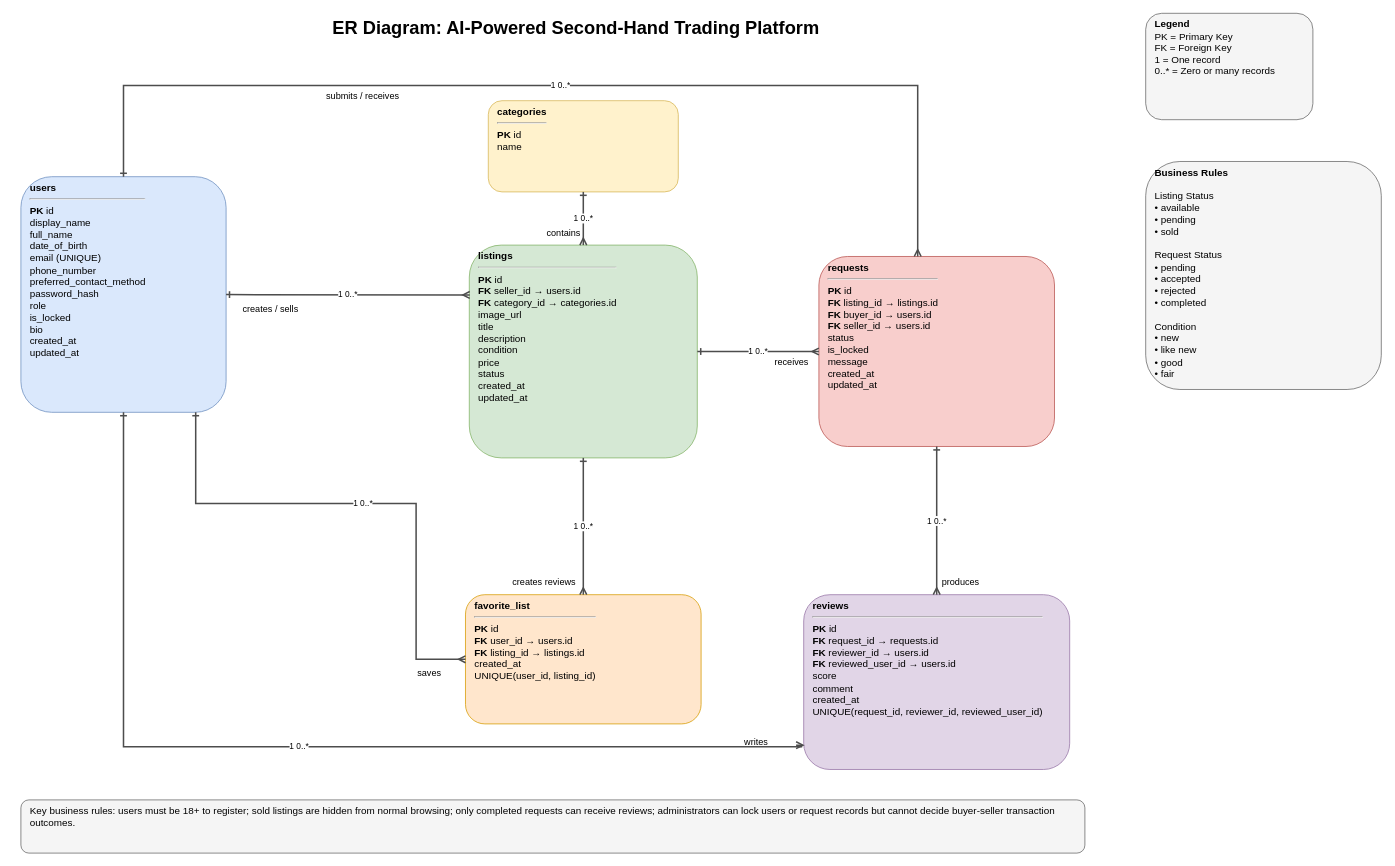
Before: diagram/ER_diagram.drawio in aimeefan99/MSE800-KEA-OnlineShopping, a draw.io diagram. Source tidied: cells renumbered, new cells numbered last; positions are measured from the earlier drawing's top-left corner, leaving out a move shared by most shapes. Both pictures are drawn from the tidied source at 76%, with x=0, y=0 at pixel (21, 13).
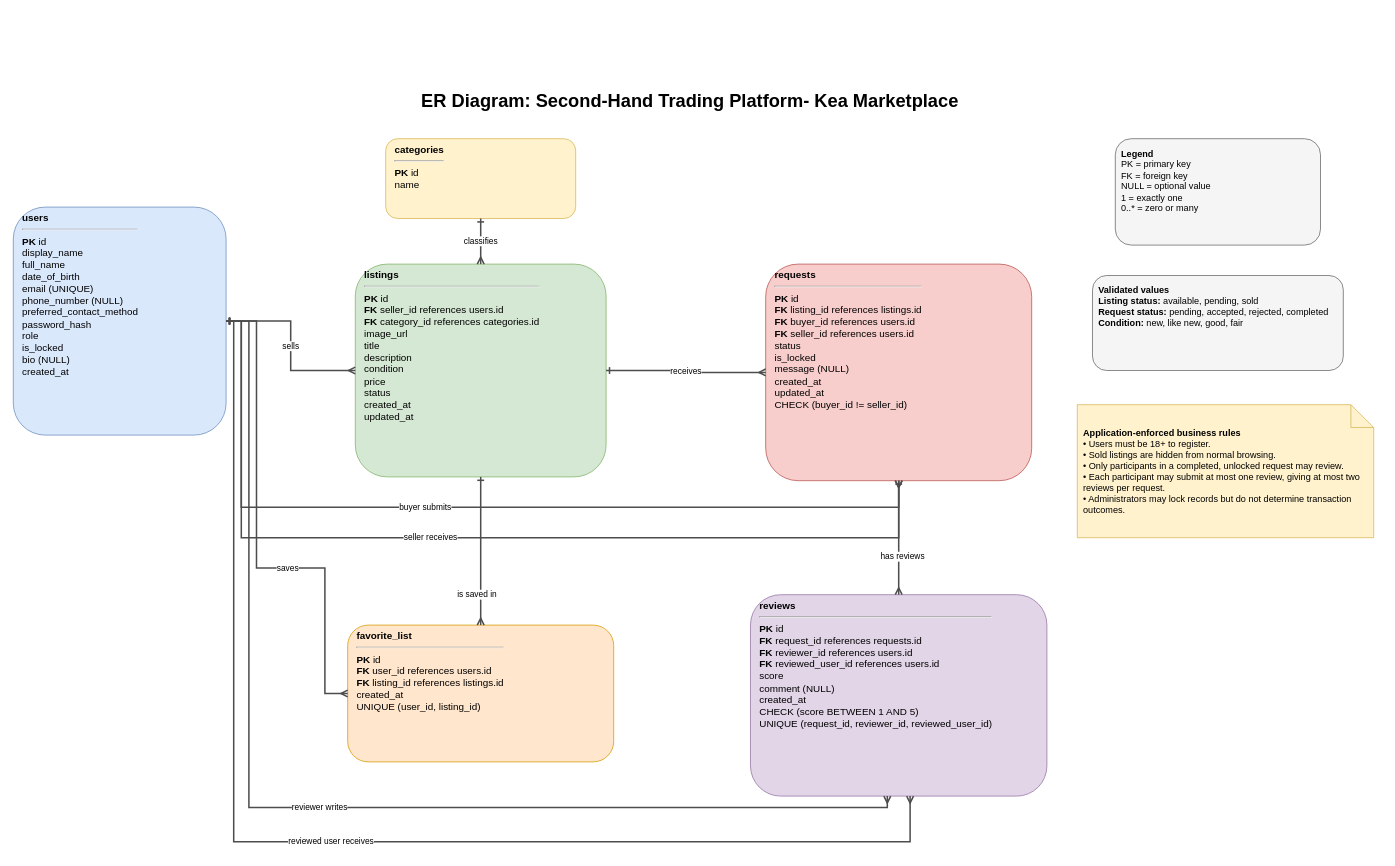
The same page after the edit.

The edit, as a diff of the source:
```diff
@@
-    <mxCell id="2" value="ER Diagram: AI-Powered Second-Hand Trading Platform" style="text;html=1;strokeColor=none;fillColor=none;fontSize=24;fontStyle=1;align=center;verticalAlign=middle;" parent="1" vertex="1">
-      <mxGeometry x="350" width="760" height="40" as="geometry" />
+    <mxCell id="2" value="ER Diagram: Second-Hand Trading Platform- Kea Marketplace" style="text;html=1;strokeColor=none;fillColor=none;fontSize=24;fontStyle=1;align=center;" parent="1" vertex="1">
+      <mxGeometry x="480" y="95" width="800" height="40" as="geometry" />
     </mxCell>
-    <mxCell id="3" value="&lt;b&gt;users&lt;/b&gt;&lt;hr&gt;&lt;b&gt;PK&lt;/b&gt; id&lt;br&gt;display_name&lt;br&gt;full_name&lt;br&gt;date_of_birth&lt;br&gt;email (UNIQUE)&lt;br&gt;phone_number&lt;br&gt;preferred_contact_method&lt;br&gt;password_hash&lt;br&gt;role&lt;br&gt;is_locked&lt;br&gt;bio&lt;br&gt;created_at&lt;div&gt;updated_at&lt;/div&gt;" style="rounded=1;whiteSpace=wrap;html=1;fillColor=#dae8fc;strokeColor=#6c8ebf;fontSize=13;align=left;spacingLeft=10;verticalAlign=top;" parent="1" vertex="1">
-      <mxGeometry y="215" width="270" height="310" as="geometry" />
+    <mxCell id="3" value="&lt;b&gt;users&lt;/b&gt;&lt;hr/&gt;&lt;b&gt;PK&lt;/b&gt; id&lt;br/&gt;display_name&lt;br/&gt;full_name&lt;br/&gt;date_of_birth&lt;br/&gt;email (UNIQUE)&lt;br/&gt;phone_number (NULL)&lt;br/&gt;preferred_contact_method&lt;br/&gt;password_hash&lt;br/&gt;role&lt;br/&gt;is_locked&lt;br/&gt;bio (NULL)&lt;br/&gt;created_at" style="rounded=1;whiteSpace=wrap;html=1;fillColor=#DAE8FC;strokeColor=#6C8EBF;fontSize=13;align=left;spacingLeft=10;verticalAlign=top;" parent="1" vertex="1">
+      <mxGeometry x="-10" y="255" width="280" height="300" as="geometry" />
     </mxCell>
-    <mxCell id="4" value="&lt;div style=&quot;text-align: center;&quot;&gt;&lt;b style=&quot;background-color: transparent; color: light-dark(rgb(0, 0, 0), rgb(255, 255, 255));&quot;&gt;categories&lt;/b&gt;&lt;/div&gt;&lt;hr&gt;&lt;b&gt;PK&lt;/b&gt; id&lt;br&gt;name" style="rounded=1;whiteSpace=wrap;html=1;fillColor=#fff2cc;strokeColor=#d6b656;fontSize=13;align=left;spacingLeft=10;verticalAlign=top;" parent="1" vertex="1">
-      <mxGeometry x="615" y="115" width="250" height="120" as="geometry" />
+    <mxCell id="4" value="&lt;b&gt;categories&lt;/b&gt;&lt;hr/&gt;&lt;b&gt;PK&lt;/b&gt; id&lt;br/&gt;name" style="rounded=1;whiteSpace=wrap;html=1;fillColor=#FFF2CC;strokeColor=#D6B656;fontSize=13;align=left;spacingLeft=10;verticalAlign=top;" parent="1" vertex="1">
+      <mxGeometry x="480" y="165" width="250" height="105" as="geometry" />
     </mxCell>
-    <mxCell id="5" value="&lt;b&gt;listings&lt;/b&gt;&lt;hr&gt;&lt;b&gt;PK&lt;/b&gt; id&lt;br&gt;&lt;b&gt;FK&lt;/b&gt; seller_id → users.id&lt;br&gt;&lt;b&gt;FK&lt;/b&gt; category_id → categories.id&lt;br&gt;image_url&lt;br&gt;title&lt;br&gt;description&lt;br&gt;condition&lt;br&gt;price&lt;br&gt;status&lt;br&gt;created_at&lt;br&gt;updated_at" style="rounded=1;whiteSpace=wrap;html=1;fillColor=#d5e8d4;strokeColor=#82b366;fontSize=13;align=left;spacingLeft=10;verticalAlign=top;" parent="1" vertex="1">
-      <mxGeometry x="590" y="305" width="300" height="280" as="geometry" />
+    <mxCell id="5" value="&lt;b&gt;listings&lt;/b&gt;&lt;hr/&gt;&lt;b&gt;PK&lt;/b&gt; id&lt;br/&gt;&lt;b&gt;FK&lt;/b&gt; seller_id references users.id&lt;br/&gt;&lt;b&gt;FK&lt;/b&gt; category_id references categories.id&lt;br/&gt;image_url&lt;br/&gt;title&lt;br/&gt;description&lt;br/&gt;condition&lt;br/&gt;price&lt;br/&gt;status&lt;br/&gt;created_at&lt;br/&gt;updated_at" style="rounded=1;whiteSpace=wrap;html=1;fillColor=#D5E8D4;strokeColor=#82B366;fontSize=13;align=left;spacingLeft=10;verticalAlign=top;" parent="1" vertex="1">
+      <mxGeometry x="440" y="330" width="330" height="280" as="geometry" />
     </mxCell>
-    <mxCell id="6" value="&lt;b&gt;requests&lt;/b&gt;&lt;hr&gt;&lt;b&gt;PK&lt;/b&gt; id&lt;br&gt;&lt;b&gt;FK&lt;/b&gt; listing_id → listings.id&lt;br&gt;&lt;b&gt;FK&lt;/b&gt; buyer_id → users.id&lt;br&gt;&lt;b&gt;FK&lt;/b&gt; seller_id → users.id&lt;br&gt;status&lt;br&gt;is_locked&lt;br&gt;message&lt;br&gt;created_at&lt;br&gt;updated_at" style="rounded=1;whiteSpace=wrap;html=1;fillColor=#f8cecc;strokeColor=#b85450;fontSize=13;align=left;spacingLeft=10;verticalAlign=top;" parent="1" vertex="1">
-      <mxGeometry x="1050" y="320" width="310" height="250" as="geometry" />
+    <mxCell id="6" value="&lt;b&gt;requests&lt;/b&gt;&lt;hr/&gt;&lt;b&gt;PK&lt;/b&gt; id&lt;br/&gt;&lt;b&gt;FK&lt;/b&gt; listing_id references listings.id&lt;br/&gt;&lt;b&gt;FK&lt;/b&gt; buyer_id references users.id&lt;br/&gt;&lt;b&gt;FK&lt;/b&gt; seller_id references users.id&lt;br/&gt;status&lt;br/&gt;is_locked&lt;br/&gt;message (NULL)&lt;br/&gt;created_at&lt;br/&gt;updated_at&lt;br/&gt;CHECK (buyer_id != seller_id)" style="rounded=1;whiteSpace=wrap;html=1;fillColor=#F8CECC;strokeColor=#B85450;fontSize=13;align=left;spacingLeft=10;verticalAlign=top;" parent="1" vertex="1">
+      <mxGeometry x="980" y="330" width="350" height="285" as="geometry" />
     </mxCell>
+    <mxCell id="8" value="&lt;b&gt;favorite_list&lt;/b&gt;&lt;hr/&gt;&lt;b&gt;PK&lt;/b&gt; id&lt;br/&gt;&lt;b&gt;FK&lt;/b&gt; user_id references users.id&lt;br/&gt;&lt;b&gt;FK&lt;/b&gt; listing_id references listings.id&lt;br/&gt;created_at&lt;br/&gt;UNIQUE (user_id, listing_id)" style="rounded=1;whiteSpace=wrap;html=1;fillColor=#FFE6CC;strokeColor=#D79B00;fontSize=13;align=left;spacingLeft=10;verticalAlign=top;" parent="1" vertex="1">
+      <mxGeometry x="430" y="805" width="350" height="180" as="geometry" />
+    </mxCell>
-    <mxCell id="7" value="&lt;b&gt;reviews&lt;/b&gt;&lt;hr&gt;&lt;b&gt;PK&lt;/b&gt; id&lt;br&gt;&lt;b&gt;FK&lt;/b&gt; request_id → requests.id&lt;br&gt;&lt;b&gt;FK&lt;/b&gt; reviewer_id → users.id&lt;br&gt;&lt;b&gt;FK&lt;/b&gt; reviewed_user_id → users.id&lt;br&gt;score&lt;br&gt;comment&lt;br&gt;created_at&lt;br&gt;UNIQUE(request_id, reviewer_id, reviewed_user_id)" style="rounded=1;whiteSpace=wrap;html=1;fillColor=#e1d5e7;strokeColor=#9673a6;fontSize=13;align=left;spacingLeft=10;verticalAlign=top;" parent="1" vertex="1">
-      <mxGeometry x="1030" y="765" width="350" height="230" as="geometry" />
+    <mxCell id="7" value="&lt;b&gt;reviews&lt;/b&gt;&lt;hr/&gt;&lt;b&gt;PK&lt;/b&gt; id&lt;br/&gt;&lt;b&gt;FK&lt;/b&gt; request_id references requests.id&lt;br/&gt;&lt;b&gt;FK&lt;/b&gt; reviewer_id references users.id&lt;br/&gt;&lt;b&gt;FK&lt;/b&gt; reviewed_user_id references users.id&lt;br/&gt;score&lt;br/&gt;comment (NULL)&lt;br/&gt;created_at&lt;br/&gt;CHECK (score BETWEEN 1 AND 5)&lt;br/&gt;UNIQUE (request_id, reviewer_id, reviewed_user_id)" style="rounded=1;whiteSpace=wrap;html=1;fillColor=#E1D5E7;strokeColor=#9673A6;fontSize=13;align=left;spacingLeft=10;verticalAlign=top;" parent="1" vertex="1">
+      <mxGeometry x="960" y="765" width="390" height="265" as="geometry" />
     </mxCell>
-    <mxCell id="8" value="&lt;b&gt;favorite_list&lt;/b&gt;&lt;hr&gt;&lt;b&gt;PK&lt;/b&gt; id&lt;br&gt;&lt;b&gt;FK&lt;/b&gt; user_id → users.id&lt;br&gt;&lt;b&gt;FK&lt;/b&gt; listing_id → listings.id&lt;br&gt;created_at&lt;br&gt;UNIQUE(user_id, listing_id)" style="rounded=1;whiteSpace=wrap;html=1;fillColor=#ffe6cc;strokeColor=#d79b00;fontSize=13;align=left;spacingLeft=10;verticalAlign=top;" parent="1" vertex="1">
-      <mxGeometry x="585" y="765" width="310" height="170" as="geometry" />
-    </mxCell>
-    <mxCell id="9" value="&lt;b&gt;Legend&lt;/b&gt;&lt;br&gt;PK = Primary Key&lt;br&gt;FK = Foreign Key&lt;br&gt;1 = One record&lt;br&gt;0..* = Zero or many records" style="rounded=1;whiteSpace=wrap;html=1;fillColor=#f5f5f5;strokeColor=#666666;fontSize=13;align=left;spacingLeft=10;verticalAlign=top;" parent="1" vertex="1">
-      <mxGeometry x="1480" width="220" height="140" as="geometry" />
+    <mxCell id="9" value="&lt;b&gt;Legend&lt;/b&gt;&lt;br/&gt;PK = primary key&lt;br/&gt;FK = foreign key&lt;br/&gt;NULL = optional value&lt;br/&gt;1 = exactly one&lt;br/&gt;0..* = zero or many" style="rounded=1;whiteSpace=wrap;html=1;fillColor=#F5F5F5;strokeColor=#666666;fontSize=12;align=left;spacing=8;verticalAlign=top;" parent="1" vertex="1">
+      <mxGeometry x="1440" y="165" width="270" height="140" as="geometry" />
     </mxCell>
-    <mxCell id="10" value="creates / sells" style="text;html=1;strokeColor=none;fillColor=none;fontSize=12;" parent="1" vertex="1">
-      <mxGeometry x="290" y="375" width="110" height="20" as="geometry" />
-    </mxCell>
-    <mxCell id="11" value="contains" style="text;html=1;strokeColor=none;fillColor=none;fontSize=12;" parent="1" vertex="1">
-      <mxGeometry x="690" y="275" width="80" height="20" as="geometry" />
-    </mxCell>
-    <mxCell id="12" value="receives" style="text;html=1;strokeColor=none;fillColor=none;fontSize=12;" parent="1" vertex="1">
-      <mxGeometry x="990" y="445" width="80" height="20" as="geometry" />
-    </mxCell>
-    <mxCell id="13" value="submits / receives" style="text;html=1;strokeColor=none;fillColor=none;fontSize=12;" parent="1" vertex="1">
-      <mxGeometry x="400" y="95" width="130" height="20" as="geometry" />
-    </mxCell>
-    <mxCell id="14" value="creates reviews" style="text;html=1;strokeColor=none;fillColor=none;fontSize=12;" parent="1" vertex="1">
-      <mxGeometry x="645" y="735" width="110" height="20" as="geometry" />
-    </mxCell>
-    <mxCell id="15" value="writes" style="text;html=1;strokeColor=none;fillColor=none;fontSize=12;" parent="1" vertex="1">
-      <mxGeometry x="950" y="945" width="80" height="20" as="geometry" />
-    </mxCell>
-    <mxCell id="16" value="produces" style="text;html=1;strokeColor=none;fillColor=none;fontSize=12;" parent="1" vertex="1">
-      <mxGeometry x="1210" y="735" width="180" height="20" as="geometry" />
-    </mxCell>
+    <mxCell id="28" value="&lt;b&gt;Validated values&lt;/b&gt;&lt;br/&gt;&lt;b&gt;Listing status:&lt;/b&gt; available, pending, sold&lt;br/&gt;&lt;b&gt;Request status:&lt;/b&gt; pending, accepted, rejected, completed&lt;br/&gt;&lt;b&gt;Condition:&lt;/b&gt; new, like new, good, fair" style="rounded=1;whiteSpace=wrap;html=1;fillColor=#F5F5F5;strokeColor=#666666;fontSize=12;align=left;spacing=8;verticalAlign=top;" parent="1" vertex="1">
+      <mxGeometry x="1410" y="345" width="330" height="125" as="geometry" />
+    </mxCell>
+    <mxCell id="29" value="&lt;b&gt;Application-enforced business rules&lt;/b&gt;&lt;br/&gt;• Users must be 18+ to register.&lt;br/&gt;• Sold listings are hidden from normal browsing.&lt;br/&gt;• Only participants in a completed, unlocked request may review.&lt;br/&gt;• Each participant may submit at most one review, giving at most two reviews per request.&lt;br/&gt;• Administrators may lock records but do not determine transaction outcomes." style="shape=note;whiteSpace=wrap;html=1;backgroundOutline=1;fillColor=#FFF2CC;strokeColor=#D6B656;fontSize=12;align=left;spacing=8;" parent="1" vertex="1">
+      <mxGeometry x="1390" y="515" width="390" height="175" as="geometry" />
+    </mxCell>
-    <mxCell id="17" value="1        0..*" style="endArrow=ERmany;startArrow=ERone;html=1;rounded=0;strokeWidth=2;strokeColor=#4d4d4d;entryX=0.002;entryY=0.234;entryDx=0;entryDy=0;entryPerimeter=0;" parent="1" edge="1" source="3" target="5">
+    <mxCell id="17" value="sells" style="edgeStyle=orthogonalEdgeStyle;endArrow=ERmany;startArrow=ERone;html=1;rounded=0;strokeWidth=2;strokeColor=#4D4D4D;" parent="1" edge="1" source="3" target="5">
       <mxGeometry relative="1" as="geometry" />
     </mxCell>
-    <mxCell id="18" value="1        0..*" style="endArrow=ERmany;startArrow=ERone;html=1;rounded=0;strokeWidth=2;strokeColor=#4d4d4d;" parent="1" edge="1" source="4" target="5">
+    <mxCell id="18" value="classifies" style="edgeStyle=orthogonalEdgeStyle;endArrow=ERmany;startArrow=ERone;html=1;rounded=0;strokeWidth=2;strokeColor=#4D4D4D;" parent="1" edge="1" source="4" target="5">
       <mxGeometry relative="1" as="geometry" />
     </mxCell>
-    <mxCell id="19" value="1        0..*" style="endArrow=ERmany;startArrow=ERone;html=1;rounded=0;strokeWidth=2;strokeColor=#4d4d4d;" parent="1" edge="1" source="5" target="6">
-      <mxGeometry relative="1" as="geometry" />
-    </mxCell>
-    <mxCell id="20" value="1        0..*" style="endArrow=ERmany;startArrow=ERone;html=1;rounded=0;strokeWidth=2;strokeColor=#4d4d4d;exitX=0.5;exitY=0;exitDx=0;exitDy=0;edgeStyle=orthogonalEdgeStyle;" parent="1" edge="1" source="3" target="6">
-      <mxGeometry relative="1" as="geometry">
-        <Array as="points">
-          <mxPoint x="135" y="95" />
-          <mxPoint x="1180" y="95" />
-        </Array>
-      </mxGeometry>
-    </mxCell>
-    <mxCell id="21" value="1        0..*" style="endArrow=ERmany;startArrow=ERone;html=1;rounded=0;strokeWidth=2;strokeColor=#4d4d4d;edgeStyle=orthogonalEdgeStyle;" parent="1" edge="1" source="3">
-      <mxGeometry relative="1" as="geometry">
-        <mxPoint x="1020" y="963" as="targetPoint" />
-        <Array as="points">
-          <mxPoint x="135" y="965" />
-          <mxPoint x="1027" y="965" />
-        </Array>
-      </mxGeometry>
-    </mxCell>
-    <mxCell id="22" value="1        0..*" style="endArrow=ERmany;startArrow=ERone;html=1;rounded=0;strokeWidth=2;strokeColor=#4d4d4d;edgeStyle=orthogonalEdgeStyle;" parent="1" edge="1" source="3" target="8">
-      <mxGeometry relative="1" as="geometry">
-        <Array as="points">
-          <mxPoint x="230" y="645" />
-          <mxPoint x="520" y="645" />
-          <mxPoint x="520" y="850" />
-        </Array>
-      </mxGeometry>
-    </mxCell>
+    <mxCell id="12" value="receives" style="edgeStyle=orthogonalEdgeStyle;endArrow=ERmany;startArrow=ERone;html=1;rounded=0;strokeWidth=2;strokeColor=#4D4D4D;" parent="1" edge="1" source="5" target="6">
+      <mxGeometry relative="1" as="geometry" />
+    </mxCell>
+    <mxCell id="30" value="buyer submits" style="edgeStyle=orthogonalEdgeStyle;endArrow=ERmany;startArrow=ERone;html=1;rounded=0;strokeWidth=2;strokeColor=#4D4D4D;" parent="1" edge="1" source="3" target="6">
+      <mxGeometry x="-0.13" relative="1" as="geometry">
+        <Array as="points">
+          <mxPoint x="290" y="650" />
+          <mxPoint x="1155" y="650" />
+        </Array>
+      </mxGeometry>
+    </mxCell>
+    <mxCell id="31" value="seller receives" style="edgeStyle=orthogonalEdgeStyle;endArrow=ERmany;startArrow=ERone;html=1;rounded=0;strokeWidth=2;strokeColor=#4D4D4D;" parent="1" edge="1" source="3" target="6">
+      <mxGeometry x="-0.11" relative="1" as="geometry">
+        <Array as="points">
+          <mxPoint x="290" y="690" />
+          <mxPoint x="1155" y="690" />
+        </Array>
+      </mxGeometry>
+    </mxCell>
+    <mxCell id="27" value="saves" style="edgeStyle=orthogonalEdgeStyle;endArrow=ERmany;startArrow=ERone;html=1;rounded=0;strokeWidth=2;strokeColor=#4D4D4D;" parent="1" edge="1" source="3" target="8">
+      <mxGeometry x="0.25" relative="1" as="geometry">
+        <Array as="points">
+          <mxPoint x="310" y="730" />
+          <mxPoint x="400" y="730" />
+          <mxPoint x="400" y="895" />
+        </Array>
+      </mxGeometry>
+    </mxCell>
-    <mxCell id="23" value="1        0..*" style="endArrow=ERmany;startArrow=ERone;html=1;rounded=0;strokeWidth=2;strokeColor=#4d4d4d;edgeStyle=orthogonalEdgeStyle;" parent="1" edge="1" source="5" target="8">
-      <mxGeometry relative="1" as="geometry" />
+    <mxCell id="23" value="is saved in" style="edgeStyle=orthogonalEdgeStyle;endArrow=ERmany;startArrow=ERone;html=1;rounded=0;strokeWidth=2;strokeColor=#4D4D4D;" parent="1" edge="1" source="5" target="8">
+      <mxGeometry x="0.59" y="-5" relative="1" as="geometry" />
     </mxCell>
-    <mxCell id="24" value="1        0..*" style="endArrow=ERmany;startArrow=ERone;html=1;rounded=0;strokeWidth=2;strokeColor=#4d4d4d;" parent="1" edge="1" source="6" target="7">
-      <mxGeometry relative="1" as="geometry" />
+    <mxCell id="24" value="has reviews" style="edgeStyle=orthogonalEdgeStyle;endArrow=ERmany;startArrow=ERone;html=1;rounded=0;strokeWidth=2;strokeColor=#4D4D4D;" parent="1" edge="1" source="6" target="7">
+      <mxGeometry x="0.33" y="5" relative="1" as="geometry" />
     </mxCell>
-    <mxCell id="25" value="Key business rules: users must be 18+ to register; sold listings are hidden from normal browsing; only completed requests can receive reviews; administrators can lock users or request records but cannot decide buyer-seller transaction outcomes." style="rounded=1;whiteSpace=wrap;html=1;fillColor=#f5f5f5;strokeColor=#666666;fontSize=13;align=left;spacingLeft=10;verticalAlign=top;" parent="1" vertex="1">
-      <mxGeometry y="1035" width="1400" height="70" as="geometry" />
-    </mxCell>
-    <mxCell id="26" value="&lt;div&gt;&lt;b&gt;Business Rules&lt;/b&gt;&lt;/div&gt;&lt;div&gt;&lt;b&gt;&lt;br&gt;&lt;/b&gt;&lt;/div&gt;&lt;div&gt;Listing Status&lt;/div&gt;&lt;div&gt;• available&lt;/div&gt;&lt;div&gt;• pending&lt;/div&gt;&lt;div&gt;• sold&lt;/div&gt;&lt;div&gt;&lt;br&gt;&lt;/div&gt;&lt;div&gt;Request Status&lt;/div&gt;&lt;div&gt;• pending&lt;/div&gt;&lt;div&gt;• accepted&lt;/div&gt;&lt;div&gt;• rejected&lt;/div&gt;&lt;div&gt;• completed&lt;/div&gt;&lt;div&gt;&lt;br&gt;&lt;/div&gt;&lt;div&gt;Condition&lt;/div&gt;&lt;div&gt;• new&lt;/div&gt;&lt;div&gt;• like new&lt;/div&gt;&lt;div&gt;• good&lt;/div&gt;&lt;div&gt;• fair&lt;/div&gt;" style="rounded=1;whiteSpace=wrap;html=1;fillColor=#f5f5f5;strokeColor=#666666;fontSize=13;align=left;spacingLeft=10;verticalAlign=top;" parent="1" vertex="1">
-      <mxGeometry x="1480" y="195" width="310" height="300" as="geometry" />
-    </mxCell>
-    <mxCell id="27" value="saves" style="text;html=1;strokeColor=none;fillColor=none;fontSize=12;" parent="1" vertex="1">
-      <mxGeometry x="520" y="855" width="80" height="20" as="geometry" />
-    </mxCell>
+    <mxCell id="32" value="reviewer writes" style="edgeStyle=orthogonalEdgeStyle;endArrow=ERmany;startArrow=ERone;html=1;rounded=0;strokeWidth=2;strokeColor=#4D4D4D;" parent="1" edge="1" source="3" target="7">
+      <mxGeometry relative="1" as="geometry">
+        <Array as="points">
+          <mxPoint x="300" y="1045" />
+          <mxPoint x="1140" y="1045" />
+        </Array>
+      </mxGeometry>
+    </mxCell>
+    <mxCell id="33" value="reviewed user receives" style="edgeStyle=orthogonalEdgeStyle;endArrow=ERmany;startArrow=ERone;html=1;rounded=0;strokeWidth=2;strokeColor=#4D4D4D;" parent="1" edge="1" source="3" target="7">
+      <mxGeometry relative="1" as="geometry">
+        <Array as="points">
+          <mxPoint x="280" y="1090" />
+          <mxPoint x="1170" y="1090" />
+        </Array>
+      </mxGeometry>
+    </mxCell>
```
